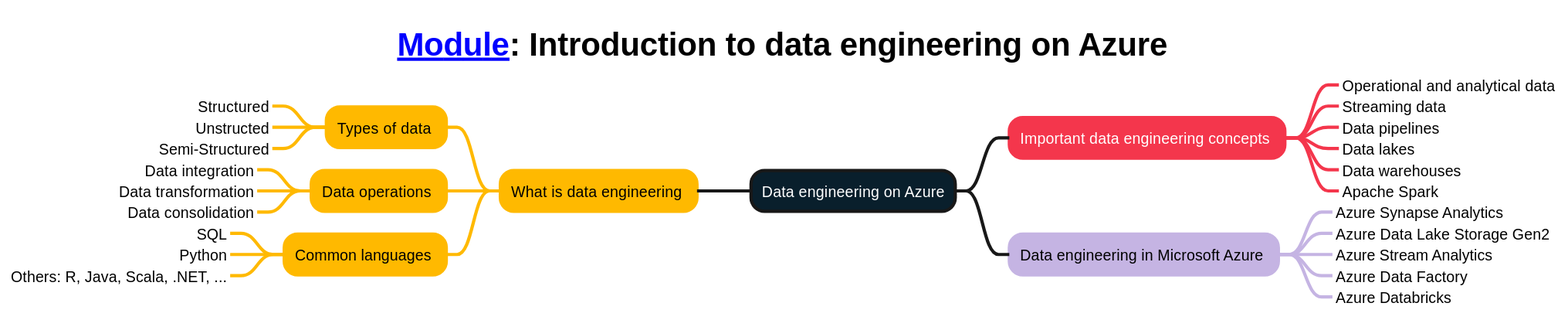
weslbo/dp-203 keeps this PlantUML diagram as mindmaps/01-Introduction to data engineering on Azure.svg. Above is the earlier version.
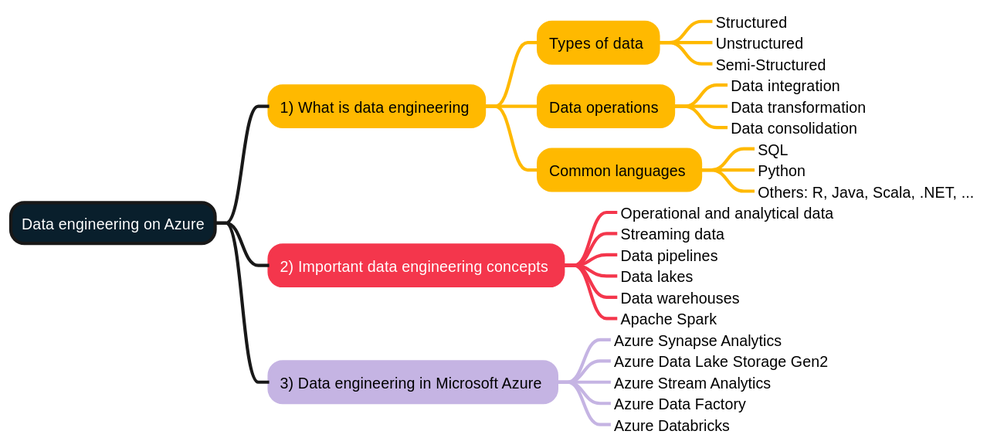
Later version of the same file.

The edit, as a diff of the source:
```diff
@@ -1,70 +1,63 @@
 @startmindmap
 <style>
-title {
-        FontSize 30
-        FontColor #000000
-    }
-mindmapDiagram {
-    :depth(0) {
-        BackgroundColor #091f2c
-        FontColor #ffffff
-        LineThickness 3.0
-    }
-    .topic1 {
-        BackgroundColor #ffb900
-        LineColor #ffb900
-        LineThickness 3.0
-        FontColor #000000
-    }
-    .topic2 {
-        BackgroundColor #f4364c
-        LineColor #f4364c
-        LineThickness 3.0
-        FontColor #ffffff
-    }
-    .topic3 {
-        BackgroundColor #c5b4e3
-        LineColor #c5b4e3
-        LineThickness 3.0
-        FontColor #000000
-    }
-    .topic4 {
-        BackgroundColor #e1d3c7
-        LineColor #e1d3c7
-        LineThickness 3.0
-        FontColor #000000
-    }
-    .topic5 {
-        BackgroundColor #07641d
-        LineColor #07641d
-        LineThickness 3.0
-        FontColor #ffffff
-    }
+:depth(0) {
+    BackgroundColor #091f2c
+    FontColor #ffffff
+    LineThickness 3.0
+}
+.topic1 {
+    BackgroundColor #ffb900
+    LineColor #ffb900
+    LineThickness 3.0
+    FontColor #000000
+}
+.topic2 {
+    BackgroundColor #f4364c
+    LineColor #f4364c
+    LineThickness 3.0
+    FontColor #ffffff
+}
+.topic3 {
+    BackgroundColor #c5b4e3
+    LineColor #c5b4e3
+    LineThickness 3.0
+    FontColor #000000
+}
+.topic4 {
+    BackgroundColor #e1d3c7
+    LineColor #e1d3c7
+    LineThickness 3.0
+    FontColor #000000
+}
+.topic5 {
+    BackgroundColor #07641d
+    LineColor #07641d
+    LineThickness 3.0
+    FontColor #ffffff
 }
 </style>
-title [[https://learn.microsoft.com/training/modules/introduction-to-data-engineering-azure/ Module]]: Introduction to data engineering on Azure
 + Data engineering on Azure
--- What is data engineering <<topic1>>
---- Types of data <<topic1>>
-----_ Structured
-----_ Unstructed
-----_ Semi-Structured
---- Data operations <<topic1>>
-----_ Data integration
-----_ Data transformation
-----_ Data consolidation
---- Common languages <<topic1>>
-----_ SQL
-----_ Python
-----_ Others: R, Java, Scala, .NET, ...
-++ Important data engineering concepts <<topic2>>
+++ 1) What is data engineering <<topic1>>
++++ Types of data <<topic1>>
+++++_ Structured
+++++_ Unstructured
+++++_ Semi-Structured
++++ Data operations <<topic1>>
+++++_ Data integration
+++++_ Data transformation
+++++_ Data consolidation
++++ Common languages <<topic1>>
+++++_ SQL
+++++_ Python
+++++_ Others: R, Java, Scala, .NET, ...
+++ 2) Important data engineering concepts <<topic2>>
 +++_ Operational and analytical data
 +++_ Streaming data
 +++_ Data pipelines
 +++_ Data lakes
 +++_ Data warehouses
 +++_ Apache Spark
-++ Data engineering in Microsoft Azure <<topic3>>
+++ 3) Data engineering in Microsoft Azure <<topic3>>
 +++_ Azure Synapse Analytics
 +++_ Azure Data Lake Storage Gen2
 +++_ Azure Stream Analytics
```
